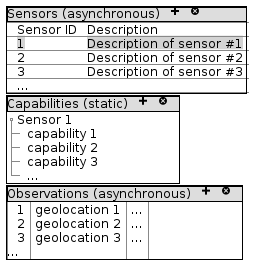
Before: designs/diagrams/merlin_phase_1_ui_wireframe.png, a diagram exported from PlantUML (robinzclark777/microservices). Source of this version:
```plantuml
@startsalt
{
  {+
    {* Sensors (asynchronous) | <&plus>  | <&circle-x> }
    {T-
     +Sensor ID | Description
     +<back:lightgrey>1</back>|<back:lightgrey>Description of sensor #1</back>
     +<back:white>2</back>|<back:white>Description of sensor #2</back>
     +<back:white>3</back>|<back:white>Description of sensor #3</back>
     +...
    }
  }
  {+
    {* Capabilities (static) | <&plus>  | <&circle-x> }
    {T
      +Sensor 1
      ++ capability 1
      ++ capability 2
      ++ capability 3
      ++ ...
    }
  }
  {+
    {* Observations (asynchronous) | <&plus>  | <&circle-x> }
    {T!
      + 1 | geolocation 1 | ...
      + 2 | geolocation 2 | ...
      + 3 | geolocation 3 | ...
      ...
    }
  }
}
@endsalt
```
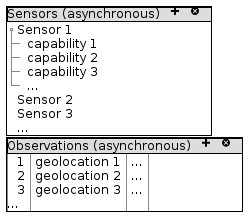
The same file after the commit.

Diff of the diagram source:
```diff
@@ -2,24 +2,18 @@
 {
   {+
     {* Sensors (asynchronous) | <&plus>  | <&circle-x> }
-    {T-
-     +Sensor ID | Description
-     +<back:lightgrey>1</back>|<back:lightgrey>Description of sensor #1</back>
-     +<back:white>2</back>|<back:white>Description of sensor #2</back>
-     +<back:white>3</back>|<back:white>Description of sensor #3</back>
-     +...
-    }
-  }
-  {+
-    {* Capabilities (static) | <&plus>  | <&circle-x> }
     {T
       +Sensor 1
       ++ capability 1
       ++ capability 2
       ++ capability 3
       ++ ...
+      +Sensor 2
+      +Sensor 3
+      + ...
     }
   }
+
   {+
     {* Observations (asynchronous) | <&plus>  | <&circle-x> }
     {T!
```
